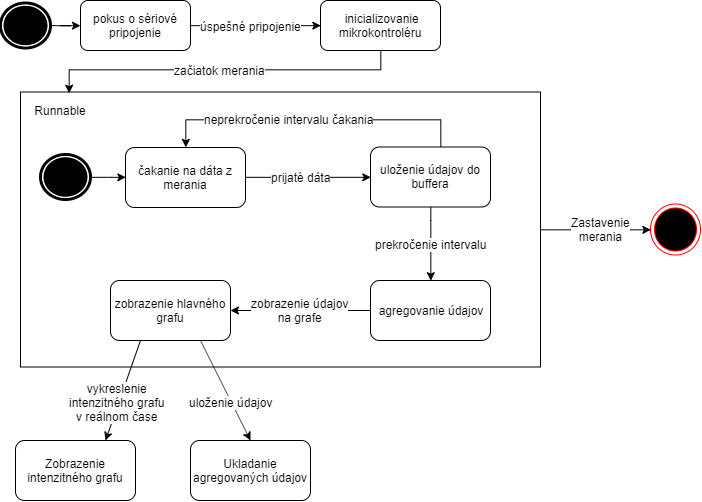
Before: application/Documents/raw_files/state_diagram_main_graph.png, a diagram exported from draw.io (TIS2019-FMFI/ims-spectrometer). Source tidied: cells renumbered, new cells last; positions are measured from the earlier drawing's top-left corner, leaving out a move shared by most shapes.
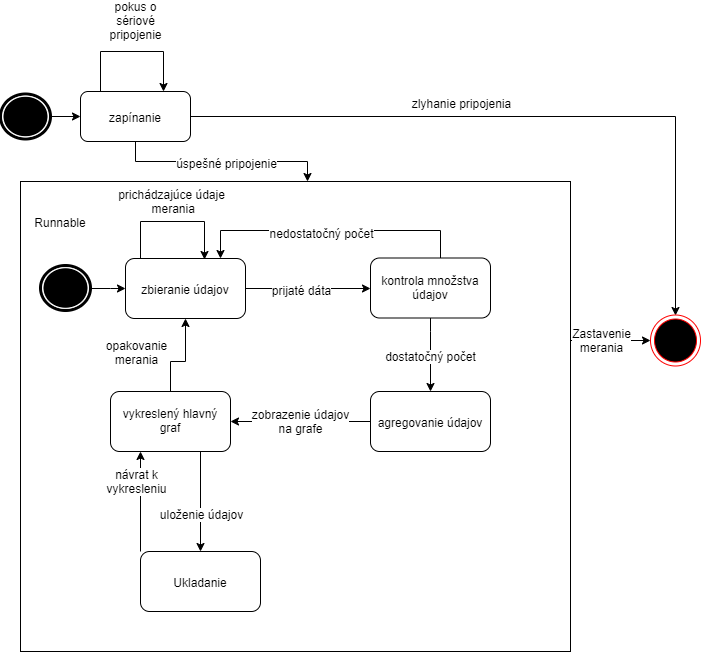
Above is the later version.

The edit, as a diff of the source:
```diff
@@ -3,23 +3,28 @@
     <mxCell id="0" />
     <mxCell id="1" parent="0" />
     <mxCell id="2" style="edgeStyle=orthogonalEdgeStyle;rounded=0;jettySize=auto;html=1;entryX=0;entryY=0.5;entryDx=0;entryDy=0;" parent="1" edge="1" source="4" target="31">
-      <mxGeometry relative="1" as="geometry" />
+      <mxGeometry relative="1" as="geometry">
+        <Array as="points">
+          <mxPoint x="600" y="229" />
+          <mxPoint x="600" y="229" />
+        </Array>
+      </mxGeometry>
     </mxCell>
     <mxCell id="3" value="Zastavenie&lt;br&gt;merania" style="text;html=1;align=center;verticalAlign=middle;labelBackgroundColor=#ffffff;" parent="2" vertex="1">
       <mxGeometry x="0.23" y="1" relative="1" as="geometry">
-        <mxPoint x="-7.5" y="0.5" as="offset" />
+        <mxPoint x="-19" y="1" as="offset" />
       </mxGeometry>
     </mxCell>
     <mxCell id="4" style="rounded=0;whiteSpace=wrap;html=1;fillColor=none;" parent="1" vertex="1">
-      <mxGeometry x="20" y="91.5" width="520" height="275" as="geometry" />
+      <mxGeometry x="20" y="70" width="550" height="470" as="geometry" />
     </mxCell>
     <mxCell id="5" style="edgeStyle=orthogonalEdgeStyle;rounded=0;jettySize=auto;html=1;" parent="1" edge="1" source="6" target="9">
       <mxGeometry relative="1" as="geometry" />
     </mxCell>
     <mxCell id="6" style="shape=mxgraph.bpmn.shape;html=1;verticalLabelPosition=bottom;labelBackgroundColor=#ffffff;verticalAlign=top;align=center;perimeter=ellipsePerimeter;outlineConnect=0;outline=end;symbol=terminate;" parent="1" vertex="1">
-      <mxGeometry y="2.5" width="50" height="45" as="geometry" />
+      <mxGeometry y="-17.5" width="50" height="45" as="geometry" />
     </mxCell>
-    <mxCell id="7" style="edgeStyle=orthogonalEdgeStyle;rounded=0;jettySize=auto;html=1;entryX=0;entryY=0.5;entryDx=0;entryDy=0;" parent="1" edge="1" source="9" target="27">
+    <mxCell id="7" style="edgeStyle=orthogonalEdgeStyle;rounded=0;jettySize=auto;html=1;entryX=0.522;entryY=-0.001;entryDx=0;entryDy=0;entryPerimeter=0;" parent="1" edge="1" source="9" target="4">
       <mxGeometry relative="1" as="geometry" />
     </mxCell>
     <mxCell id="8" value="úspešné pripojenie" style="text;html=1;align=center;verticalAlign=middle;labelBackgroundColor=#ffffff;" parent="7" vertex="1">
@@ -27,8 +32,16 @@
         <mxPoint x="-20" y="-2" as="offset" />
       </mxGeometry>
     </mxCell>
+    <mxCell id="35" style="edgeStyle=orthogonalEdgeStyle;rounded=0;jettySize=auto;html=1;entryX=0.5;entryY=0;entryDx=0;entryDy=0;" parent="1" edge="1" source="9" target="31">
+      <mxGeometry relative="1" as="geometry" />
+    </mxCell>
+    <mxCell id="36" value="zlyhanie pripojenia" style="text;html=1;align=center;verticalAlign=middle;labelBackgroundColor=#ffffff;" parent="35" vertex="1">
+      <mxGeometry x="-0.19" relative="1" as="geometry">
+        <mxPoint x="-6" y="-15" as="offset" />
+      </mxGeometry>
+    </mxCell>
-    <mxCell id="9" value="pokus o sériové pripojenie" style="rounded=1;whiteSpace=wrap;html=1;" parent="1" vertex="1">
-      <mxGeometry x="80" width="110" height="50" as="geometry" />
+    <mxCell id="9" value="zapínanie" style="rounded=1;whiteSpace=wrap;html=1;" parent="1" vertex="1">
+      <mxGeometry x="80" y="-20" width="110" height="50" as="geometry" />
     </mxCell>
     <mxCell id="10" style="edgeStyle=orthogonalEdgeStyle;rounded=0;jettySize=auto;html=1;entryX=0;entryY=0.5;entryDx=0;entryDy=0;" parent="1" edge="1" source="11" target="12">
       <mxGeometry relative="1" as="geometry" />
@@ -36,7 +49,7 @@
     <mxCell id="11" style="shape=mxgraph.bpmn.shape;html=1;verticalLabelPosition=bottom;labelBackgroundColor=#ffffff;verticalAlign=top;align=center;perimeter=ellipsePerimeter;outlineConnect=0;outline=end;symbol=terminate;" parent="1" vertex="1">
       <mxGeometry x="40" y="154" width="50" height="45" as="geometry" />
     </mxCell>
-    <mxCell id="12" value="čakanie na dáta z merania" style="rounded=1;whiteSpace=wrap;html=1;" parent="1" vertex="1">
+    <mxCell id="12" value="zbieranie údajov" style="rounded=1;whiteSpace=wrap;html=1;" parent="1" vertex="1">
       <mxGeometry x="125" y="147" width="120" height="60" as="geometry" />
     </mxCell>
     <mxCell id="13" style="edgeStyle=orthogonalEdgeStyle;rounded=0;jettySize=auto;html=1;entryX=0;entryY=0.5;entryDx=0;entryDy=0;exitX=1;exitY=0.5;exitDx=0;exitDy=0;" parent="1" edge="1" source="12" target="19">
@@ -47,16 +60,20 @@
         <mxPoint x="9" y="-2" as="offset" />
       </mxGeometry>
     </mxCell>
-    <mxCell id="15" style="edgeStyle=orthogonalEdgeStyle;rounded=0;jettySize=auto;html=1;entryX=0.5;entryY=0;entryDx=0;entryDy=0;" parent="1" edge="1" source="19" target="12">
+    <mxCell id="15" style="edgeStyle=orthogonalEdgeStyle;rounded=0;jettySize=auto;html=1;" parent="1" edge="1" source="19">
       <mxGeometry relative="1" as="geometry">
+        <mxPoint x="220" y="147" as="targetPoint" />
         <Array as="points">
           <mxPoint x="440" y="119" />
-          <mxPoint x="185" y="119" />
+          <mxPoint x="220" y="119" />
+          <mxPoint x="220" y="147" />
         </Array>
       </mxGeometry>
     </mxCell>
-    <mxCell id="16" value="neprekročenie intervalu čakania" style="text;html=1;align=center;verticalAlign=middle;labelBackgroundColor=#ffffff;" parent="15" vertex="1">
-      <mxGeometry x="0.16" y="-1" relative="1" as="geometry" />
+    <mxCell id="16" value="nedostatočný počet" style="text;html=1;align=center;verticalAlign=middle;labelBackgroundColor=#ffffff;" parent="15" vertex="1">
+      <mxGeometry x="0.16" y="-1" relative="1" as="geometry">
+        <mxPoint x="12.5" y="2" as="offset" />
+      </mxGeometry>
     </mxCell>
     <mxCell id="17" style="edgeStyle=orthogonalEdgeStyle;rounded=0;jettySize=auto;html=1;entryX=0.5;entryY=0;entryDx=0;entryDy=0;" parent="1" edge="1" source="19" target="22">
       <mxGeometry relative="1" as="geometry">
@@ -66,12 +83,12 @@
         </Array>
       </mxGeometry>
     </mxCell>
-    <mxCell id="18" value="prekročenie intervalu " style="text;html=1;align=center;verticalAlign=middle;labelBackgroundColor=#ffffff;" parent="17" vertex="1">
+    <mxCell id="18" value="dostatočný počet" style="text;html=1;align=center;verticalAlign=middle;labelBackgroundColor=#ffffff;" parent="17" vertex="1">
       <mxGeometry x="0.24" y="1" relative="1" as="geometry">
         <mxPoint x="-1.5" y="-9" as="offset" />
       </mxGeometry>
     </mxCell>
-    <mxCell id="19" value="uloženie údajov do buffera" style="rounded=1;whiteSpace=wrap;html=1;" parent="1" vertex="1">
+    <mxCell id="19" value="kontrola množstva&lt;br&gt;údajov" style="rounded=1;whiteSpace=wrap;html=1;" parent="1" vertex="1">
       <mxGeometry x="370" y="146.5" width="120" height="60" as="geometry" />
     </mxCell>
     <mxCell id="20" style="edgeStyle=orthogonalEdgeStyle;rounded=0;jettySize=auto;html=1;" parent="1" edge="1" source="22" target="23">
@@ -85,30 +102,41 @@
     <mxCell id="22" value="agregovanie údajov" style="rounded=1;whiteSpace=wrap;html=1;" parent="1" vertex="1">
       <mxGeometry x="370" y="280" width="120" height="60" as="geometry" />
     </mxCell>
+    <mxCell id="37" style="edgeStyle=orthogonalEdgeStyle;rounded=0;jettySize=auto;html=1;" parent="1" edge="1" source="23" target="12">
+      <mxGeometry relative="1" as="geometry">
+        <Array as="points">
+          <mxPoint x="170" y="250" />
+          <mxPoint x="185" y="250" />
+        </Array>
+      </mxGeometry>
+    </mxCell>
+    <mxCell id="38" value="opakovanie&lt;br&gt;merania" style="text;html=1;align=center;verticalAlign=middle;labelBackgroundColor=#ffffff;" parent="37" vertex="1">
+      <mxGeometry x="0.22" y="-2" relative="1" as="geometry">
+        <mxPoint x="-52" as="offset" />
+      </mxGeometry>
+    </mxCell>
-    <mxCell id="23" value="zobrazenie hlavného grafu" style="rounded=1;whiteSpace=wrap;html=1;" parent="1" vertex="1">
+    <mxCell id="23" value="vykreslený hlavný&lt;br&gt;graf" style="rounded=1;whiteSpace=wrap;html=1;" parent="1" vertex="1">
       <mxGeometry x="110" y="280" width="120" height="60" as="geometry" />
     </mxCell>
     <mxCell id="24" value="Runnable" style="text;html=1;strokeColor=none;fillColor=none;align=center;verticalAlign=middle;whiteSpace=wrap;rounded=0;" parent="1" vertex="1">
       <mxGeometry x="25" y="100" width="70" height="20" as="geometry" />
     </mxCell>
-    <mxCell id="25" style="edgeStyle=orthogonalEdgeStyle;rounded=0;jettySize=auto;html=1;entryX=0.094;entryY=0.005;entryDx=0;entryDy=0;entryPerimeter=0;" parent="1" edge="1" source="27" target="4">
-      <mxGeometry relative="1" as="geometry">
-        <Array as="points">
-          <mxPoint x="380" y="69" />
-          <mxPoint x="69" y="69" />
-        </Array>
-      </mxGeometry>
-    </mxCell>
-    <mxCell id="26" value="začiatok merania" style="text;html=1;align=center;verticalAlign=middle;labelBackgroundColor=#ffffff;" parent="25" vertex="1">
-      <mxGeometry x="-0.2" relative="1" as="geometry">
-        <mxPoint x="-39" y="0.5" as="offset" />
-      </mxGeometry>
-    </mxCell>
-    <mxCell id="27" value="&amp;nbsp;inicializovanie mikrokontroléru" style="rounded=1;whiteSpace=wrap;html=1;fillColor=none;" parent="1" vertex="1">
-      <mxGeometry x="320" width="120" height="50" as="geometry" />
-    </mxCell>
+    <mxCell id="39" style="edgeStyle=orthogonalEdgeStyle;rounded=0;jettySize=auto;html=1;" parent="1" edge="1" source="28">
+      <mxGeometry relative="1" as="geometry">
+        <mxPoint x="140" y="340" as="targetPoint" />
+        <Array as="points">
+          <mxPoint x="140" y="480" />
+          <mxPoint x="140" y="340" />
+        </Array>
+      </mxGeometry>
+    </mxCell>
+    <mxCell id="40" value="návrat k&lt;br&gt;vykresleniu" style="text;html=1;align=center;verticalAlign=middle;labelBackgroundColor=#ffffff;" parent="39" vertex="1">
+      <mxGeometry x="-0.34" y="-38" relative="1" as="geometry">
+        <mxPoint x="-43" y="-37" as="offset" />
+      </mxGeometry>
+    </mxCell>
-    <mxCell id="28" value="Ukladanie agregovaných údajov" style="rounded=1;whiteSpace=wrap;html=1;fillColor=none;" parent="1" vertex="1">
-      <mxGeometry x="190" y="440" width="120" height="60" as="geometry" />
+    <mxCell id="28" value="Ukladanie" style="rounded=1;whiteSpace=wrap;html=1;fillColor=none;" parent="1" vertex="1">
+      <mxGeometry x="140" y="440" width="120" height="60" as="geometry" />
     </mxCell>
     <mxCell id="29" style="endArrow=classic;html=1;exitX=0.75;exitY=1;exitDx=0;exitDy=0;entryX=0.5;entryY=0;entryDx=0;entryDy=0;" parent="1" edge="1" source="23" target="28">
       <mxGeometry relative="1" as="geometry" />
@@ -119,14 +147,29 @@
     <mxCell id="31" style="ellipse;html=1;shape=endState;fillColor=#000000;strokeColor=#ff0000;" parent="1" vertex="1">
       <mxGeometry x="650" y="203.5" width="50" height="51" as="geometry" />
     </mxCell>
-    <mxCell id="32" value="Zobrazenie intenzitného grafu" style="rounded=1;whiteSpace=wrap;html=1;fillColor=none;" parent="1" vertex="1">
-      <mxGeometry x="15" y="440" width="120" height="60" as="geometry" />
-    </mxCell>
-    <mxCell id="33" style="endArrow=classic;html=1;exitX=0.25;exitY=1;exitDx=0;exitDy=0;entryX=0.75;entryY=0;entryDx=0;entryDy=0;" parent="1" edge="1" source="23" target="32">
-      <mxGeometry relative="1" as="geometry" />
-    </mxCell>
-    <mxCell id="34" value="vykreslenie&lt;br&gt;intenzitného grafu&lt;br&gt;v reálnom čase" style="text;html=1;align=center;verticalAlign=middle;labelBackgroundColor=#ffffff;" parent="33" vertex="1">
-      <mxGeometry x="0.25" y="-2" relative="1" as="geometry" />
-    </mxCell>
+    <mxCell id="41" style="edgeStyle=orthogonalEdgeStyle;rounded=0;orthogonalLoop=1;jettySize=auto;html=1;entryX=0.75;entryY=0;entryDx=0;entryDy=0;" parent="1" edge="1" source="9" target="9">
+      <mxGeometry relative="1" as="geometry">
+        <Array as="points">
+          <mxPoint x="100" y="-60" />
+          <mxPoint x="163" y="-60" />
+        </Array>
+      </mxGeometry>
+    </mxCell>
+    <mxCell id="42" value="&lt;span style=&quot;white-space: normal&quot;&gt;pokus o sériové pripojenie&lt;/span&gt;" style="text;html=1;align=center;verticalAlign=middle;" parent="1" vertex="1">
+      <mxGeometry x="60" y="-100" width="150" height="20" as="geometry" />
+    </mxCell>
+    <mxCell id="43" style="edgeStyle=orthogonalEdgeStyle;rounded=0;orthogonalLoop=1;jettySize=auto;html=1;entryX=0.655;entryY=0.017;entryDx=0;entryDy=0;entryPerimeter=0;" parent="1" edge="1" source="12" target="12">
+      <mxGeometry relative="1" as="geometry">
+        <Array as="points">
+          <mxPoint x="140" y="110" />
+          <mxPoint x="204" y="110" />
+        </Array>
+      </mxGeometry>
+    </mxCell>
+    <mxCell id="44" value="prichádzajúce údaje&lt;br&gt;&amp;nbsp;merania" style="text;html=1;align=center;verticalAlign=middle;labelBackgroundColor=#ffffff;" parent="43" vertex="1">
+      <mxGeometry x="-0.48" y="-17" relative="1" as="geometry">
+        <mxPoint x="13" y="-21" as="offset" />
+      </mxGeometry>
+    </mxCell>
   </root>
 </mxGraphModel>
```
